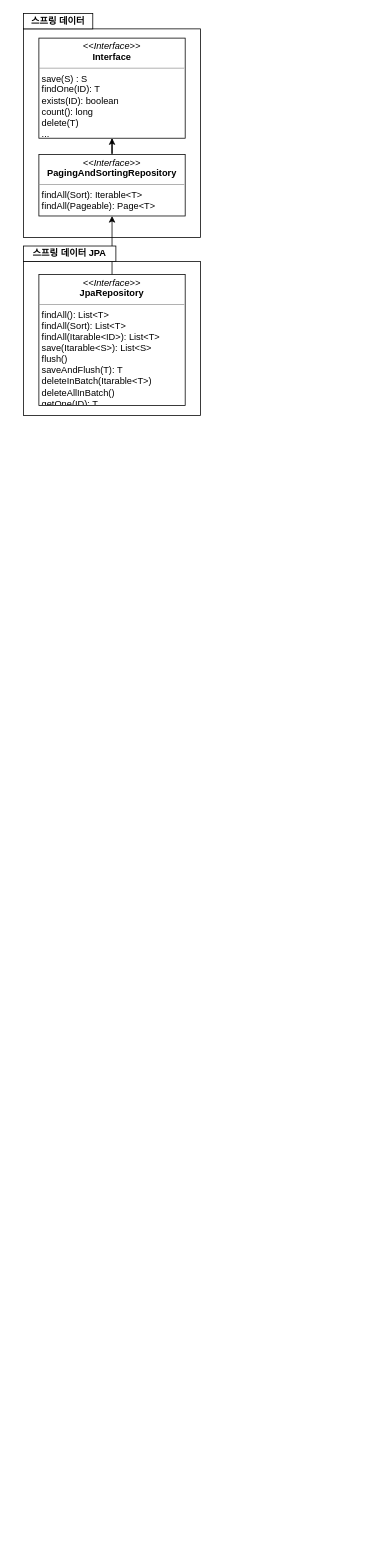
This is spring/note.drawio from hayeon17kim/TIL, a draw.io file, before an edit. Source tidied: cells renumbered, new cells numbered last; positions are measured from the earlier drawing's top-left corner, leaving out a move shared by most shapes. Both pictures are drawn from the tidied source at 77%, with x=0, y=0 at pixel (23, 13).
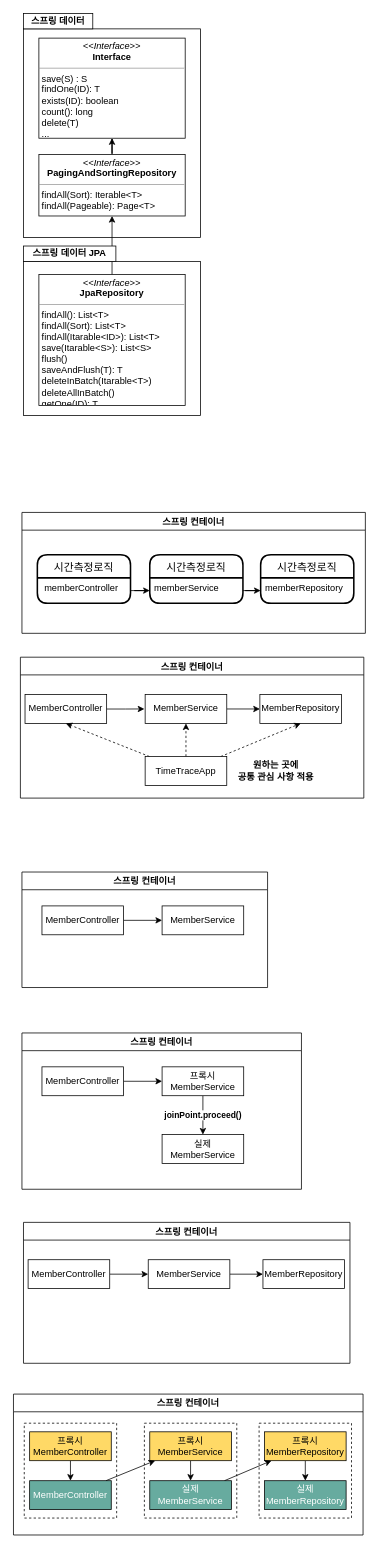
The same diagram, later.

Change to the diagram source:
```diff
@@
+    <mxCell id="11" value="스프링 컨테이너" style="swimlane;" parent="1" vertex="1">
+      <mxGeometry x="-2" y="648" width="446" height="157" as="geometry" />
+    </mxCell>
+    <mxCell id="12" value="시간측정로직" style="swimlane;horizontal=1;startSize=30;rounded=1;fontSize=14;fontStyle=0;strokeWidth=2;shadow=0;dashed=0;align=center;" parent="11" vertex="1">
+      <mxGeometry x="20" y="55" width="121" height="63" as="geometry" />
+    </mxCell>
+    <mxCell id="13" value=" memberController" style="align=left;strokeColor=none;fillColor=none;spacingLeft=4;fontSize=12;verticalAlign=top;" parent="12" vertex="1">
+      <mxGeometry y="30" width="121" height="33" as="geometry" />
+    </mxCell>
+    <mxCell id="14" value="시간측정로직" style="swimlane;horizontal=1;startSize=30;rounded=1;fontSize=14;fontStyle=0;strokeWidth=2;shadow=0;dashed=0;align=center;" parent="11" vertex="1">
+      <mxGeometry x="166" y="55" width="121" height="63" as="geometry" />
+    </mxCell>
+    <mxCell id="15" value="memberService" style="align=left;strokeColor=none;fillColor=none;spacingLeft=4;fontSize=12;verticalAlign=top;" parent="14" vertex="1">
+      <mxGeometry y="30" width="121" height="33" as="geometry" />
+    </mxCell>
+    <mxCell id="16" value="시간측정로직" style="swimlane;horizontal=1;startSize=30;rounded=1;fontSize=14;fontStyle=0;strokeWidth=2;shadow=0;dashed=0;align=center;" parent="11" vertex="1">
+      <mxGeometry x="310" y="55" width="121" height="63" as="geometry" />
+    </mxCell>
+    <mxCell id="17" value="memberRepository" style="align=left;strokeColor=none;fillColor=none;spacingLeft=4;fontSize=12;verticalAlign=top;" parent="16" vertex="1">
+      <mxGeometry y="30" width="121" height="33" as="geometry" />
+    </mxCell>
+    <mxCell id="18" style="edgeStyle=orthogonalEdgeStyle;rounded=0;jettySize=auto;html=1;entryX=0;entryY=0.5;entryDx=0;entryDy=0;" parent="11" edge="1" source="13" target="15">
+      <mxGeometry relative="1" as="geometry" />
+    </mxCell>
+    <mxCell id="19" style="edgeStyle=orthogonalEdgeStyle;rounded=0;jettySize=auto;html=1;" parent="11" edge="1" source="15" target="17">
+      <mxGeometry relative="1" as="geometry" />
+    </mxCell>
+    <mxCell id="20" value="스프링 컨테이너" style="swimlane;" parent="1" vertex="1">
+      <mxGeometry x="-4" y="836" width="446" height="183" as="geometry" />
+    </mxCell>
+    <mxCell id="21" style="edgeStyle=orthogonalEdgeStyle;rounded=0;orthogonalLoop=1;jettySize=auto;html=1;entryX=0;entryY=0.5;entryDx=0;entryDy=0;" parent="20" edge="1">
+      <mxGeometry relative="1" as="geometry">
+        <mxPoint x="141" y="101.5" as="sourcePoint" />
+      </mxGeometry>
+    </mxCell>
+    <mxCell id="22" style="edgeStyle=orthogonalEdgeStyle;rounded=0;orthogonalLoop=1;jettySize=auto;html=1;" parent="20" edge="1">
+      <mxGeometry relative="1" as="geometry">
+        <mxPoint x="287" y="101.5" as="sourcePoint" />
+      </mxGeometry>
+    </mxCell>
+    <mxCell id="23" value="MemberController" style="rounded=0;whiteSpace=wrap;html=1;" parent="20" vertex="1">
+      <mxGeometry x="6" y="48.5" width="106" height="37.5" as="geometry" />
+    </mxCell>
+    <mxCell id="24" style="edgeStyle=orthogonalEdgeStyle;rounded=0;jettySize=auto;html=1;" parent="20" edge="1" source="25" target="26">
+      <mxGeometry relative="1" as="geometry" />
+    </mxCell>
+    <mxCell id="25" value="MemberService" style="rounded=0;whiteSpace=wrap;html=1;" parent="20" vertex="1">
+      <mxGeometry x="162" y="48.5" width="106" height="37.5" as="geometry" />
+    </mxCell>
+    <mxCell id="26" value="MemberRepository" style="rounded=0;whiteSpace=wrap;html=1;" parent="20" vertex="1">
+      <mxGeometry x="311" y="48.5" width="106" height="37.5" as="geometry" />
+    </mxCell>
+    <mxCell id="27" style="rounded=0;jettySize=auto;html=1;entryX=0.5;entryY=1;entryDx=0;entryDy=0;dashed=1;" parent="20" edge="1" source="30" target="23">
+      <mxGeometry relative="1" as="geometry" />
+    </mxCell>
+    <mxCell id="28" style="edgeStyle=none;rounded=0;jettySize=auto;html=1;dashed=1;" parent="20" edge="1" source="30" target="25">
+      <mxGeometry relative="1" as="geometry" />
+    </mxCell>
+    <mxCell id="29" style="edgeStyle=none;rounded=0;jettySize=auto;html=1;entryX=0.5;entryY=1;entryDx=0;entryDy=0;dashed=1;" parent="20" edge="1" source="30" target="26">
+      <mxGeometry relative="1" as="geometry" />
+    </mxCell>
+    <mxCell id="30" value="TimeTraceApp" style="rounded=0;whiteSpace=wrap;html=1;" parent="20" vertex="1">
+      <mxGeometry x="162" y="129" width="106" height="37.5" as="geometry" />
+    </mxCell>
+    <mxCell id="31" value="원하는 곳에 &lt;br&gt;공통 관심 사항 적용" style="text;html=1;strokeColor=none;fillColor=none;align=center;verticalAlign=middle;whiteSpace=wrap;rounded=0;fontStyle=1;" parent="20" vertex="1">
+      <mxGeometry x="273" y="137.8" width="118" height="20" as="geometry" />
+    </mxCell>
+    <mxCell id="32" style="edgeStyle=orthogonalEdgeStyle;rounded=0;jettySize=auto;html=1;" parent="1" edge="1" source="23">
+      <mxGeometry relative="1" as="geometry">
+        <mxPoint x="157" y="903.2" as="targetPoint" />
+      </mxGeometry>
+    </mxCell>
+    <mxCell id="33" value="스프링 컨테이너" style="swimlane;" parent="1" vertex="1">
+      <mxGeometry x="-2" y="1115" width="319" height="150" as="geometry" />
+    </mxCell>
+    <mxCell id="34" style="edgeStyle=orthogonalEdgeStyle;rounded=0;orthogonalLoop=1;jettySize=auto;html=1;entryX=0;entryY=0.5;entryDx=0;entryDy=0;" parent="33" edge="1">
+      <mxGeometry relative="1" as="geometry">
+        <mxPoint x="141" y="101.5" as="sourcePoint" />
+      </mxGeometry>
+    </mxCell>
+    <mxCell id="35" style="edgeStyle=orthogonalEdgeStyle;rounded=0;orthogonalLoop=1;jettySize=auto;html=1;" parent="33" edge="1">
+      <mxGeometry relative="1" as="geometry">
+        <mxPoint x="287" y="101.5" as="sourcePoint" />
+      </mxGeometry>
+    </mxCell>
+    <mxCell id="36" style="edgeStyle=none;rounded=0;jettySize=auto;html=1;" parent="33" edge="1" source="37" target="38">
+      <mxGeometry relative="1" as="geometry" />
+    </mxCell>
+    <mxCell id="37" value="MemberController" style="rounded=0;whiteSpace=wrap;html=1;" parent="33" vertex="1">
+      <mxGeometry x="26" y="44" width="106" height="37.5" as="geometry" />
+    </mxCell>
+    <mxCell id="38" value="MemberService" style="rounded=0;whiteSpace=wrap;html=1;" parent="33" vertex="1">
+      <mxGeometry x="182" y="44" width="106" height="37.5" as="geometry" />
+    </mxCell>
+    <mxCell id="39" value="스프링 컨테이너" style="swimlane;" parent="1" vertex="1">
+      <mxGeometry x="-2" y="1324" width="363" height="203" as="geometry" />
+    </mxCell>
+    <mxCell id="40" style="edgeStyle=orthogonalEdgeStyle;rounded=0;orthogonalLoop=1;jettySize=auto;html=1;entryX=0;entryY=0.5;entryDx=0;entryDy=0;" parent="39" edge="1">
+      <mxGeometry relative="1" as="geometry">
+        <mxPoint x="141" y="101.5" as="sourcePoint" />
+      </mxGeometry>
+    </mxCell>
+    <mxCell id="41" style="edgeStyle=orthogonalEdgeStyle;rounded=0;orthogonalLoop=1;jettySize=auto;html=1;" parent="39" edge="1">
+      <mxGeometry relative="1" as="geometry">
+        <mxPoint x="287" y="101.5" as="sourcePoint" />
+      </mxGeometry>
+    </mxCell>
+    <mxCell id="42" style="edgeStyle=none;rounded=0;jettySize=auto;html=1;" parent="39" edge="1" source="43" target="45">
+      <mxGeometry relative="1" as="geometry" />
+    </mxCell>
+    <mxCell id="43" value="MemberController" style="rounded=0;whiteSpace=wrap;html=1;" parent="39" vertex="1">
+      <mxGeometry x="26" y="44" width="106" height="37.5" as="geometry" />
+    </mxCell>
+    <mxCell id="44" value="joinPoint.proceed()" style="edgeStyle=none;rounded=0;jettySize=auto;html=1;fontStyle=1;" parent="39" edge="1" source="45" target="46">
+      <mxGeometry relative="1" as="geometry" />
+    </mxCell>
+    <mxCell id="45" value="프록시&lt;br&gt;MemberService" style="rounded=0;whiteSpace=wrap;html=1;" parent="39" vertex="1">
+      <mxGeometry x="182" y="44" width="106" height="37.5" as="geometry" />
+    </mxCell>
+    <mxCell id="46" value="실제&lt;br&gt;MemberService" style="rounded=0;whiteSpace=wrap;html=1;" parent="39" vertex="1">
+      <mxGeometry x="182" y="132" width="106" height="37.5" as="geometry" />
+    </mxCell>
+    <mxCell id="47" value="스프링 컨테이너" style="swimlane;" parent="1" vertex="1">
+      <mxGeometry y="1570" width="424" height="183" as="geometry" />
+    </mxCell>
+    <mxCell id="48" style="edgeStyle=orthogonalEdgeStyle;rounded=0;orthogonalLoop=1;jettySize=auto;html=1;entryX=0;entryY=0.5;entryDx=0;entryDy=0;" parent="47" edge="1">
+      <mxGeometry relative="1" as="geometry">
+        <mxPoint x="141" y="101.5" as="sourcePoint" />
+      </mxGeometry>
+    </mxCell>
+    <mxCell id="49" style="edgeStyle=orthogonalEdgeStyle;rounded=0;orthogonalLoop=1;jettySize=auto;html=1;" parent="47" edge="1">
+      <mxGeometry relative="1" as="geometry">
+        <mxPoint x="287" y="101.5" as="sourcePoint" />
+      </mxGeometry>
+    </mxCell>
+    <mxCell id="50" style="edgeStyle=none;rounded=0;jettySize=auto;html=1;" parent="47" edge="1" source="51" target="53">
+      <mxGeometry relative="1" as="geometry" />
+    </mxCell>
+    <mxCell id="51" value="MemberController" style="rounded=0;whiteSpace=wrap;html=1;" parent="47" vertex="1">
+      <mxGeometry x="6" y="48.5" width="106" height="37.5" as="geometry" />
+    </mxCell>
+    <mxCell id="52" style="edgeStyle=orthogonalEdgeStyle;rounded=0;jettySize=auto;html=1;" parent="47" edge="1" source="53" target="54">
+      <mxGeometry relative="1" as="geometry" />
+    </mxCell>
+    <mxCell id="53" value="MemberService" style="rounded=0;whiteSpace=wrap;html=1;" parent="47" vertex="1">
+      <mxGeometry x="162" y="48.5" width="106" height="37.5" as="geometry" />
+    </mxCell>
+    <mxCell id="54" value="MemberRepository" style="rounded=0;whiteSpace=wrap;html=1;" parent="47" vertex="1">
+      <mxGeometry x="311" y="48.5" width="106" height="37.5" as="geometry" />
+    </mxCell>
+    <mxCell id="55" value="스프링 컨테이너" style="swimlane;" parent="1" vertex="1">
+      <mxGeometry x="-13" y="1793" width="454" height="183" as="geometry" />
+    </mxCell>
+    <mxCell id="56" style="rounded=0;whiteSpace=wrap;html=1;fillColor=none;dashed=1;" parent="55" vertex="1">
+      <mxGeometry x="14" y="37.8" width="120" height="123.2" as="geometry" />
+    </mxCell>
+    <mxCell id="57" style="rounded=0;whiteSpace=wrap;html=1;fillColor=none;dashed=1;" parent="55" vertex="1">
+      <mxGeometry x="170" y="37.8" width="120" height="123.2" as="geometry" />
+    </mxCell>
+    <mxCell id="58" style="rounded=0;whiteSpace=wrap;html=1;fillColor=none;dashed=1;" parent="55" vertex="1">
+      <mxGeometry x="319" y="37.8" width="120" height="123.2" as="geometry" />
+    </mxCell>
+    <mxCell id="59" style="edgeStyle=orthogonalEdgeStyle;rounded=0;orthogonalLoop=1;jettySize=auto;html=1;entryX=0;entryY=0.5;entryDx=0;entryDy=0;" parent="55" edge="1">
+      <mxGeometry relative="1" as="geometry">
+        <mxPoint x="141" y="101.5" as="sourcePoint" />
+      </mxGeometry>
+    </mxCell>
+    <mxCell id="60" style="edgeStyle=orthogonalEdgeStyle;rounded=0;orthogonalLoop=1;jettySize=auto;html=1;" parent="55" edge="1">
+      <mxGeometry relative="1" as="geometry">
+        <mxPoint x="287" y="101.5" as="sourcePoint" />
+      </mxGeometry>
+    </mxCell>
+    <mxCell id="61" style="edgeStyle=none;rounded=0;jettySize=auto;html=1;" parent="55" edge="1" source="62" target="68">
+      <mxGeometry relative="1" as="geometry" />
+    </mxCell>
+    <mxCell id="62" value="프록시&lt;br&gt;MemberController" style="rounded=0;whiteSpace=wrap;html=1;fillColor=#FFD966;" parent="55" vertex="1">
+      <mxGeometry x="21" y="49" width="106" height="37.5" as="geometry" />
+    </mxCell>
+    <mxCell id="63" style="edgeStyle=none;rounded=0;jettySize=auto;html=1;" parent="55" edge="1" source="64" target="70">
+      <mxGeometry relative="1" as="geometry" />
+    </mxCell>
+    <mxCell id="64" value="프록시&lt;br&gt;MemberService" style="rounded=0;whiteSpace=wrap;html=1;fillColor=#FFD966;" parent="55" vertex="1">
+      <mxGeometry x="177" y="49" width="106" height="37.5" as="geometry" />
+    </mxCell>
+    <mxCell id="65" style="edgeStyle=none;rounded=0;jettySize=auto;html=1;" parent="55" edge="1" source="66" target="71">
+      <mxGeometry relative="1" as="geometry" />
+    </mxCell>
+    <mxCell id="66" value="프록시&lt;br&gt;MemberRepository" style="rounded=0;whiteSpace=wrap;html=1;fillColor=#FFD966;" parent="55" vertex="1">
+      <mxGeometry x="326" y="49" width="106" height="37.5" as="geometry" />
+    </mxCell>
+    <mxCell id="67" style="edgeStyle=none;rounded=0;jettySize=auto;html=1;" parent="55" edge="1" source="68" target="64">
+      <mxGeometry relative="1" as="geometry" />
+    </mxCell>
+    <mxCell id="68" value="MemberController" style="rounded=0;whiteSpace=wrap;html=1;fillColor=#67AB9F;fontColor=#FFFFFF;" parent="55" vertex="1">
+      <mxGeometry x="21" y="112.5" width="106" height="37.5" as="geometry" />
+    </mxCell>
+    <mxCell id="69" style="edgeStyle=none;rounded=0;jettySize=auto;html=1;" parent="55" edge="1" source="70" target="66">
+      <mxGeometry relative="1" as="geometry" />
+    </mxCell>
+    <mxCell id="70" value="실제&lt;br&gt;MemberService" style="rounded=0;whiteSpace=wrap;html=1;fillColor=#67AB9F;fontColor=#FFFFFF;" parent="55" vertex="1">
+      <mxGeometry x="177" y="112.5" width="106" height="37.5" as="geometry" />
+    </mxCell>
+    <mxCell id="71" value="실제&lt;br&gt;MemberRepository" style="rounded=0;whiteSpace=wrap;html=1;fillColor=#67AB9F;fontColor=#FFFFFF;" parent="55" vertex="1">
+      <mxGeometry x="326" y="112.5" width="106" height="37.5" as="geometry" />
+    </mxCell>
```
